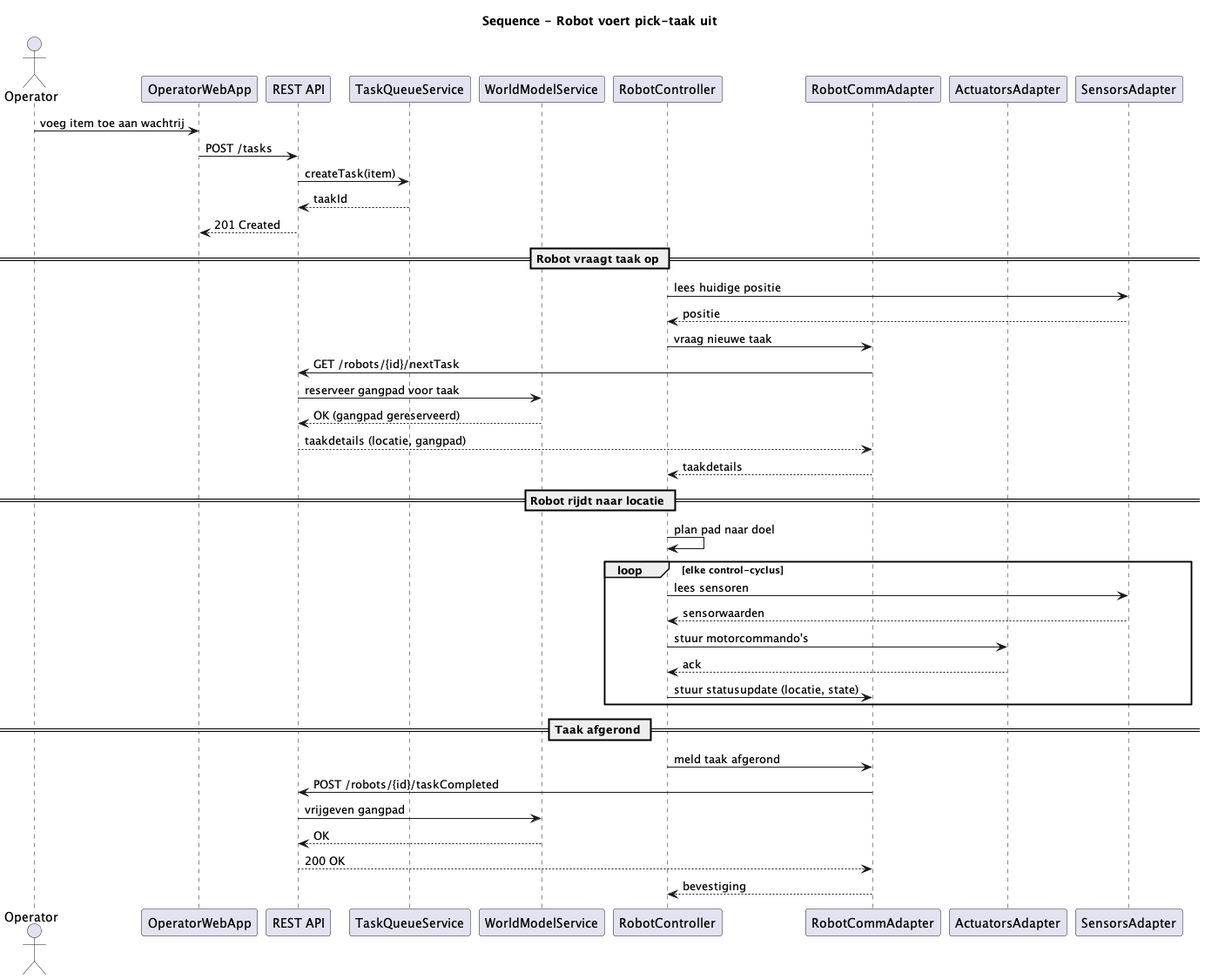
Above: out/behaviour/BehaviouralView.png in JitseLambrichts/Diagrams_For_Project_Cyber_Physical_Systems (PlantUML), before the change.
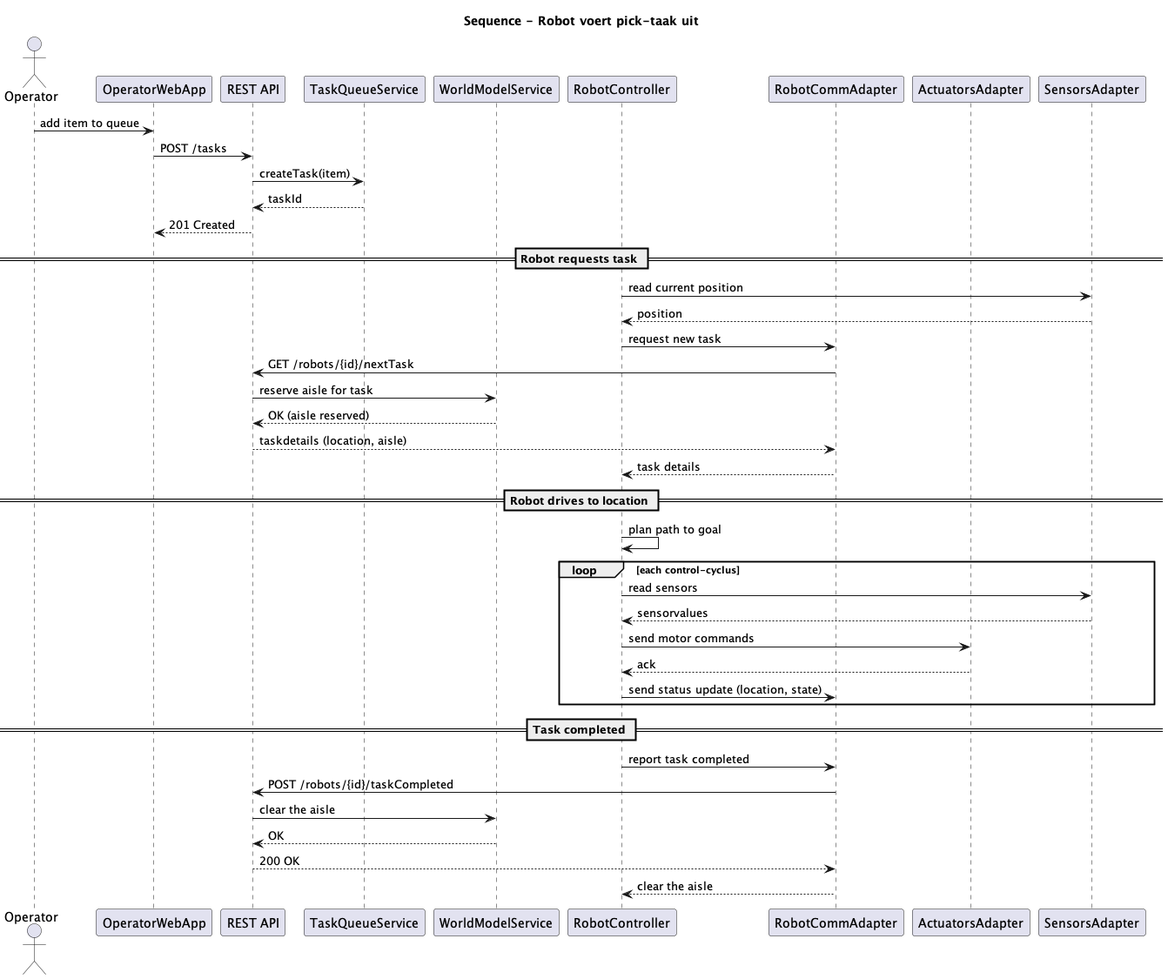
After the commit.

Change to the diagram source:
```diff
@@ -11,42 +11,42 @@
 participant "ActuatorsAdapter" as AA
 participant "SensorsAdapter" as SA
 
-Operator -> UI : voeg item toe aan wachtrij
+Operator -> UI : add item to queue
 UI -> REST : POST /tasks
 REST -> TQS : createTask(item)
-TQS --> REST : taakId
+TQS --> REST : taskId
 REST --> UI : 201 Created
 
-== Robot vraagt taak op ==
+== Robot requests task ==
 
-RC -> SA : lees huidige positie
-SA --> RC : positie
+RC -> SA : read current position
+SA --> RC : position
 
-RC -> RCA : vraag nieuwe taak
+RC -> RCA : request new task
 RCA -> REST : GET /robots/{id}/nextTask
-REST -> WMS : reserveer gangpad voor taak
-WMS --> REST : OK (gangpad gereserveerd)
-REST --> RCA : taakdetails (locatie, gangpad)
-RCA --> RC : taakdetails
+REST -> WMS : reserve aisle for task
+WMS --> REST : OK (aisle reserved)
+REST --> RCA : taskdetails (location, aisle)
+RCA --> RC : task details
 
-== Robot rijdt naar locatie ==
+== Robot drives to location ==
 
-RC -> RC : plan pad naar doel
-loop elke control-cyclus
-  RC -> SA : lees sensoren
-  SA --> RC : sensorwaarden
-  RC -> AA : stuur motorcommando's
+RC -> RC : plan path to goal
+loop each control-cyclus
+  RC -> SA : read sensors
+  SA --> RC : sensorvalues
+  RC -> AA : send motor commands
   AA --> RC : ack
-  RC -> RCA : stuur statusupdate (locatie, state)
+  RC -> RCA : send status update (location, state)
 end
 
-== Taak afgerond ==
+== Task completed ==
 
-RC -> RCA : meld taak afgerond
+RC -> RCA : report task completed
 RCA -> REST : POST /robots/{id}/taskCompleted
-REST -> WMS : vrijgeven gangpad
+REST -> WMS : clear the aisle
 WMS --> REST : OK
 REST --> RCA : 200 OK
-RCA --> RC : bevestiging
+RCA --> RC : clear the aisle
 
 @enduml
```
